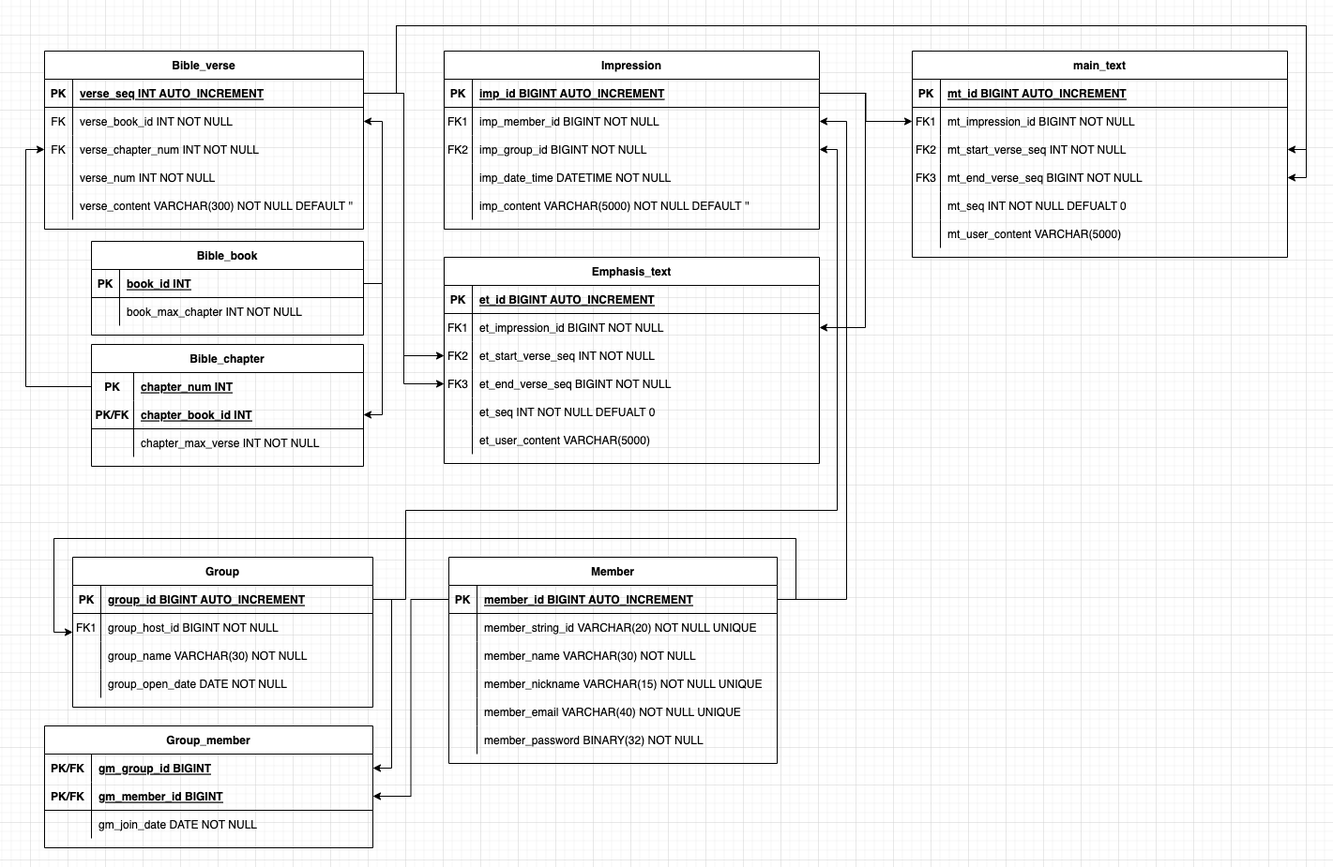
Kloong1/Nanum keeps this draw.io diagram as 기획/db_structure.png. Above is the earlier version. Source tidied: cells renumbered, new cells last; positions are measured from the earlier drawing's top-left corner, leaving out a move shared by most shapes.
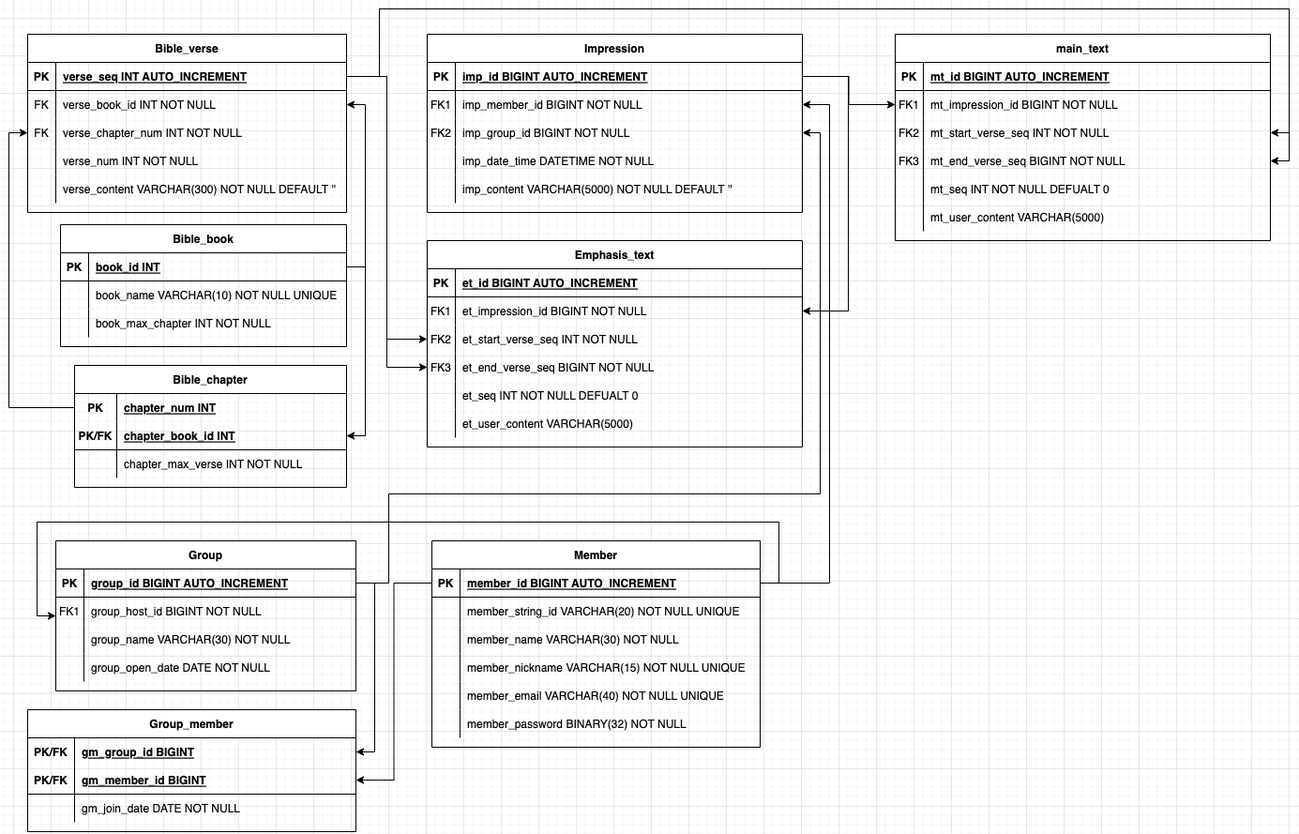
The same diagram one commit later.

Commit message:
bible_book 테이블에 book_name 컬럼 추가

What changed in the source:
```diff
@@ -51,25 +51,34 @@
       <mxGeometry x="30" width="310" height="30" as="geometry" />
     </mxCell>
     <mxCell id="18" value="Bible_book" style="shape=table;startSize=30;rowLines=0;fontStyle=1;align=center;" parent="1" vertex="1">
-      <mxGeometry x="50" y="230" width="290" height="100" as="geometry" />
+      <mxGeometry x="35" y="230" width="305" height="130" as="geometry" />
     </mxCell>
     <mxCell id="19" style="shape=partialRectangle;fillColor=none;top=0;left=0;bottom=1;right=0;points=[[0,0.5],[1,0.5]];portConstraint=eastwest;" parent="18" vertex="1">
-      <mxGeometry y="30" width="290" height="30" as="geometry" />
+      <mxGeometry y="30" width="305" height="30" as="geometry" />
     </mxCell>
     <mxCell id="20" value="PK" style="shape=partialRectangle;fillColor=none;top=0;left=0;bottom=0;right=0;fontStyle=1;overflow=hidden;" parent="19" vertex="1">
       <mxGeometry width="30" height="30" as="geometry" />
     </mxCell>
     <mxCell id="21" value="book_id INT" style="shape=partialRectangle;fillColor=none;top=0;left=0;bottom=0;right=0;align=left;spacingLeft=6;fontStyle=5;overflow=hidden;" parent="19" vertex="1">
-      <mxGeometry x="30" width="260" height="30" as="geometry" />
+      <mxGeometry x="30" width="275" height="30" as="geometry" />
     </mxCell>
+    <mxCell id="147" style="shape=partialRectangle;fillColor=none;top=0;left=0;bottom=0;right=0;" parent="18" vertex="1">
+      <mxGeometry y="60" width="305" height="30" as="geometry" />
+    </mxCell>
+    <mxCell id="148" style="shape=partialRectangle;fillColor=none;top=0;left=0;bottom=0;right=0;overflow=hidden;" parent="147" vertex="1">
+      <mxGeometry width="30" height="30" as="geometry" />
+    </mxCell>
+    <mxCell id="149" value="book_name VARCHAR(10) NOT NULL UNIQUE" style="shape=partialRectangle;fillColor=none;top=0;left=0;bottom=0;right=0;align=left;spacingLeft=6;overflow=hidden;" parent="147" vertex="1">
+      <mxGeometry x="30" width="275" height="30" as="geometry" />
+    </mxCell>
     <mxCell id="22" style="shape=partialRectangle;fillColor=none;top=0;left=0;bottom=0;right=0;" parent="18" vertex="1">
-      <mxGeometry y="60" width="290" height="30" as="geometry" />
+      <mxGeometry y="90" width="305" height="30" as="geometry" />
     </mxCell>
     <mxCell id="23" style="shape=partialRectangle;fillColor=none;top=0;left=0;bottom=0;right=0;overflow=hidden;" parent="22" vertex="1">
       <mxGeometry width="30" height="30" as="geometry" />
     </mxCell>
     <mxCell id="24" value="book_max_chapter INT NOT NULL" style="shape=partialRectangle;fillColor=none;top=0;left=0;bottom=0;right=0;align=left;spacingLeft=6;overflow=hidden;" parent="22" vertex="1">
-      <mxGeometry x="30" width="260" height="30" as="geometry" />
+      <mxGeometry x="30" width="275" height="30" as="geometry" />
     </mxCell>
     <mxCell id="25" value="Group" style="shape=table;startSize=30;rowLines=0;fontStyle=1;align=center;flipH=1;flipV=0;" parent="1" vertex="1">
       <mxGeometry x="30" y="567" width="320" height="160" as="geometry" />
@@ -437,7 +446,7 @@
       </mxGeometry>
     </mxCell>
     <mxCell id="134" value="Bible_chapter" style="shape=table;startSize=30;rowLines=0;fontStyle=1;align=center;" parent="1" vertex="1">
-      <mxGeometry x="50" y="340" width="290" height="130" as="geometry" />
+      <mxGeometry x="50" y="380" width="290" height="130" as="geometry" />
     </mxCell>
     <mxCell id="135" style="shape=partialRectangle;fillColor=none;top=0;left=0;bottom=0;right=0;points=[[0,0.5],[1,0.5]];portConstraint=eastwest;" parent="134" vertex="1">
       <mxGeometry y="30" width="290" height="30" as="geometry" />
```
